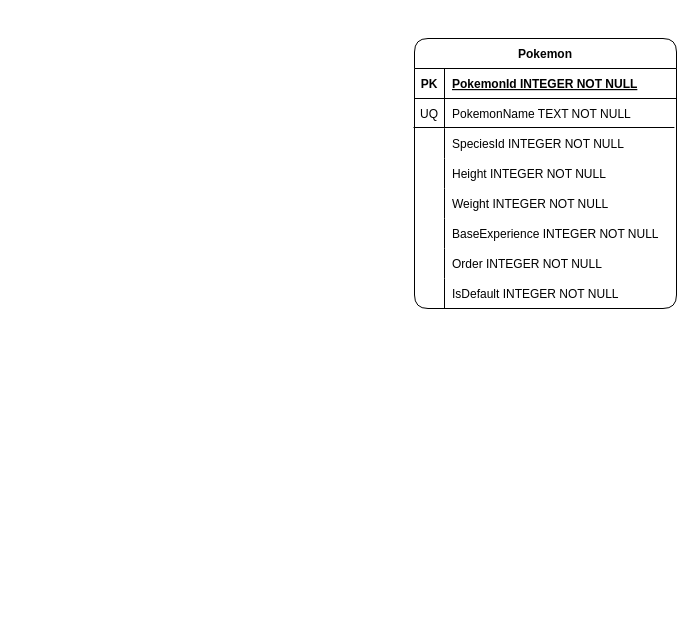
The draw.io diagram PokeCSharpDB.drawio in alexander970/PokeCSharp, before the edit. Source tidied: cells renumbered, new cells numbered last; positions are measured from the earlier drawing's top-left corner, leaving out a move shared by most shapes. Both pictures are drawn from the tidied source at 100%, with x=0, y=0 at pixel (413, 38).
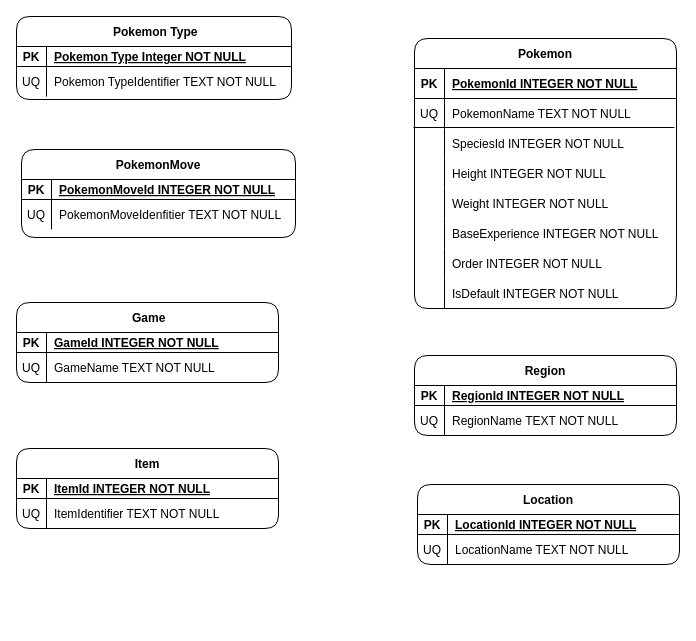
After the change.

Diff of the diagram source:
```diff
@@
+    <mxCell id="28" value=" Pokemon Type" style="shape=table;startSize=30;childLayout=tableLayout;rowLines=0;fontStyle=1;align=center;rounded=1;" parent="1" vertex="1">
+      <mxGeometry x="-397" y="-22" width="275" height="83" as="geometry" />
+    </mxCell>
+    <mxCell id="29" style="shape=tableRow;horizontal=0;startSize=0;swimlaneHead=0;swimlaneBody=0;fillColor=none;top=0;left=0;right=0;bottom=1;rounded=1;" parent="28" vertex="1">
+      <mxGeometry y="30" width="275" height="20" as="geometry" />
+    </mxCell>
+    <mxCell id="30" value="PK" style="shape=partialRectangle;fillColor=none;top=0;left=0;bottom=0;right=0;fontStyle=1;overflow=hidden;rounded=1;" parent="29" vertex="1">
+      <mxGeometry width="30" height="20" as="geometry" />
+    </mxCell>
+    <mxCell id="31" value="Pokemon Type Integer NOT NULL" style="shape=partialRectangle;fillColor=none;top=0;left=0;bottom=0;right=0;align=left;spacingLeft=6;fontStyle=5;overflow=hidden;rounded=1;" parent="29" vertex="1">
+      <mxGeometry x="30" width="245" height="20" as="geometry" />
+    </mxCell>
+    <mxCell id="32" style="shape=tableRow;horizontal=0;startSize=0;swimlaneHead=0;swimlaneBody=0;fillColor=none;top=0;left=0;right=0;bottom=0;rounded=1;" parent="28" vertex="1">
+      <mxGeometry y="50" width="275" height="30" as="geometry" />
+    </mxCell>
+    <mxCell id="33" value="UQ" style="shape=partialRectangle;fillColor=none;top=0;left=0;bottom=0;right=0;overflow=hidden;rounded=1;" parent="32" vertex="1">
+      <mxGeometry width="30" height="30" as="geometry" />
+    </mxCell>
+    <mxCell id="34" value="Pokemon TypeIdentifier TEXT NOT NULL" style="shape=partialRectangle;fillColor=none;top=0;left=0;bottom=0;right=0;align=left;spacingLeft=6;overflow=hidden;rounded=1;" parent="32" vertex="1">
+      <mxGeometry x="30" width="245" height="30" as="geometry" />
+    </mxCell>
+    <mxCell id="35" style="endArrow=none;html=1;rounded=1;strokeColor=none;" parent="28" edge="1">
+      <mxGeometry relative="1" as="geometry">
+        <mxPoint x="185" y="138" as="sourcePoint" />
+        <mxPoint x="185" y="140" as="targetPoint" />
+      </mxGeometry>
+    </mxCell>
+    <mxCell id="36" value="PokemonMove" style="shape=table;startSize=30;childLayout=tableLayout;rowLines=0;fontStyle=1;align=center;rounded=1;" parent="1" vertex="1">
+      <mxGeometry x="-392" y="111" width="274" height="88" as="geometry" />
+    </mxCell>
+    <mxCell id="37" style="shape=tableRow;horizontal=0;startSize=0;swimlaneHead=0;swimlaneBody=0;fillColor=none;top=0;left=0;right=0;bottom=1;rounded=1;" parent="36" vertex="1">
+      <mxGeometry y="30" width="274" height="20" as="geometry" />
+    </mxCell>
+    <mxCell id="38" value="PK" style="shape=partialRectangle;fillColor=none;top=0;left=0;bottom=0;right=0;fontStyle=1;overflow=hidden;rounded=1;" parent="37" vertex="1">
+      <mxGeometry width="30" height="20" as="geometry" />
+    </mxCell>
+    <mxCell id="39" value="PokemonMoveId INTEGER NOT NULL" style="shape=partialRectangle;fillColor=none;top=0;left=0;bottom=0;right=0;align=left;spacingLeft=6;fontStyle=5;overflow=hidden;rounded=1;" parent="37" vertex="1">
+      <mxGeometry x="30" width="244" height="20" as="geometry" />
+    </mxCell>
+    <mxCell id="40" style="shape=tableRow;horizontal=0;startSize=0;swimlaneHead=0;swimlaneBody=0;fillColor=none;top=0;left=0;right=0;bottom=0;rounded=1;" parent="36" vertex="1">
+      <mxGeometry y="50" width="274" height="30" as="geometry" />
+    </mxCell>
+    <mxCell id="41" value="UQ" style="shape=partialRectangle;fillColor=none;top=0;left=0;bottom=0;right=0;overflow=hidden;rounded=1;" parent="40" vertex="1">
+      <mxGeometry width="30" height="30" as="geometry" />
+    </mxCell>
+    <mxCell id="42" value="PokemonMoveIdenfitier TEXT NOT NULL" style="shape=partialRectangle;fillColor=none;top=0;left=0;bottom=0;right=0;align=left;spacingLeft=6;overflow=hidden;rounded=1;" parent="40" vertex="1">
+      <mxGeometry x="30" width="244" height="30" as="geometry" />
+    </mxCell>
+    <mxCell id="43" style="endArrow=none;html=1;rounded=1;strokeColor=none;" parent="36" edge="1">
+      <mxGeometry relative="1" as="geometry">
+        <mxPoint x="185" y="138" as="sourcePoint" />
+        <mxPoint x="185" y="140" as="targetPoint" />
+      </mxGeometry>
+    </mxCell>
+    <mxCell id="44" value=" Game" style="shape=table;startSize=30;childLayout=tableLayout;rowLines=0;fontStyle=1;align=center;rounded=1;" parent="1" vertex="1">
+      <mxGeometry x="-397" y="264" width="262" height="80" as="geometry" />
+    </mxCell>
+    <mxCell id="45" style="shape=tableRow;horizontal=0;startSize=0;swimlaneHead=0;swimlaneBody=0;fillColor=none;top=0;left=0;right=0;bottom=1;rounded=1;" parent="44" vertex="1">
+      <mxGeometry y="30" width="262" height="20" as="geometry" />
+    </mxCell>
+    <mxCell id="46" value="PK" style="shape=partialRectangle;fillColor=none;top=0;left=0;bottom=0;right=0;fontStyle=1;overflow=hidden;rounded=1;" parent="45" vertex="1">
+      <mxGeometry width="30" height="20" as="geometry" />
+    </mxCell>
+    <mxCell id="47" value="GameId INTEGER NOT NULL" style="shape=partialRectangle;fillColor=none;top=0;left=0;bottom=0;right=0;align=left;spacingLeft=6;fontStyle=5;overflow=hidden;rounded=1;" parent="45" vertex="1">
+      <mxGeometry x="30" width="232" height="20" as="geometry" />
+    </mxCell>
+    <mxCell id="48" style="shape=tableRow;horizontal=0;startSize=0;swimlaneHead=0;swimlaneBody=0;fillColor=none;top=0;left=0;right=0;bottom=0;rounded=1;" parent="44" vertex="1">
+      <mxGeometry y="50" width="262" height="30" as="geometry" />
+    </mxCell>
+    <mxCell id="49" value="UQ" style="shape=partialRectangle;fillColor=none;top=0;left=0;bottom=0;right=0;overflow=hidden;rounded=1;" parent="48" vertex="1">
+      <mxGeometry width="30" height="30" as="geometry" />
+    </mxCell>
+    <mxCell id="50" value="GameName TEXT NOT NULL" style="shape=partialRectangle;fillColor=none;top=0;left=0;bottom=0;right=0;align=left;spacingLeft=6;overflow=hidden;rounded=1;" parent="48" vertex="1">
+      <mxGeometry x="30" width="232" height="30" as="geometry" />
+    </mxCell>
+    <mxCell id="51" style="endArrow=none;html=1;rounded=1;strokeColor=none;" parent="44" edge="1">
+      <mxGeometry relative="1" as="geometry">
+        <mxPoint x="185" y="138" as="sourcePoint" />
+        <mxPoint x="185" y="140" as="targetPoint" />
+      </mxGeometry>
+    </mxCell>
+    <mxCell id="52" value="Item" style="shape=table;startSize=30;childLayout=tableLayout;rowLines=0;fontStyle=1;align=center;rounded=1;" parent="1" vertex="1">
+      <mxGeometry x="-397" y="410" width="262" height="80" as="geometry" />
+    </mxCell>
+    <mxCell id="53" style="shape=tableRow;horizontal=0;startSize=0;swimlaneHead=0;swimlaneBody=0;fillColor=none;top=0;left=0;right=0;bottom=1;rounded=1;" parent="52" vertex="1">
+      <mxGeometry y="30" width="262" height="20" as="geometry" />
+    </mxCell>
+    <mxCell id="54" value="PK" style="shape=partialRectangle;fillColor=none;top=0;left=0;bottom=0;right=0;fontStyle=1;overflow=hidden;rounded=1;" parent="53" vertex="1">
+      <mxGeometry width="30" height="20" as="geometry" />
+    </mxCell>
+    <mxCell id="55" value="ItemId INTEGER NOT NULL" style="shape=partialRectangle;fillColor=none;top=0;left=0;bottom=0;right=0;align=left;spacingLeft=6;fontStyle=5;overflow=hidden;rounded=1;" parent="53" vertex="1">
+      <mxGeometry x="30" width="232" height="20" as="geometry" />
+    </mxCell>
+    <mxCell id="56" style="shape=tableRow;horizontal=0;startSize=0;swimlaneHead=0;swimlaneBody=0;fillColor=none;top=0;left=0;right=0;bottom=0;rounded=1;" parent="52" vertex="1">
+      <mxGeometry y="50" width="262" height="30" as="geometry" />
+    </mxCell>
+    <mxCell id="57" value="UQ" style="shape=partialRectangle;fillColor=none;top=0;left=0;bottom=0;right=0;overflow=hidden;rounded=1;" parent="56" vertex="1">
+      <mxGeometry width="30" height="30" as="geometry" />
+    </mxCell>
+    <mxCell id="58" value="ItemIdentifier TEXT NOT NULL " style="shape=partialRectangle;fillColor=none;top=0;left=0;bottom=0;right=0;align=left;spacingLeft=6;overflow=hidden;rounded=1;" parent="56" vertex="1">
+      <mxGeometry x="30" width="232" height="30" as="geometry" />
+    </mxCell>
+    <mxCell id="59" style="endArrow=none;html=1;rounded=1;strokeColor=none;" parent="52" edge="1">
+      <mxGeometry relative="1" as="geometry">
+        <mxPoint x="185" y="138" as="sourcePoint" />
+        <mxPoint x="185" y="140" as="targetPoint" />
+      </mxGeometry>
+    </mxCell>
+    <mxCell id="60" value="Region" style="shape=table;startSize=30;childLayout=tableLayout;rowLines=0;fontStyle=1;align=center;rounded=1;" parent="1" vertex="1">
+      <mxGeometry x="1" y="317" width="262" height="80" as="geometry" />
+    </mxCell>
+    <mxCell id="61" style="shape=tableRow;horizontal=0;startSize=0;swimlaneHead=0;swimlaneBody=0;fillColor=none;top=0;left=0;right=0;bottom=1;rounded=1;" parent="60" vertex="1">
+      <mxGeometry y="30" width="262" height="20" as="geometry" />
+    </mxCell>
+    <mxCell id="62" value="PK" style="shape=partialRectangle;fillColor=none;top=0;left=0;bottom=0;right=0;fontStyle=1;overflow=hidden;rounded=1;" parent="61" vertex="1">
+      <mxGeometry width="30" height="20" as="geometry" />
+    </mxCell>
+    <mxCell id="63" value="RegionId INTEGER NOT NULL" style="shape=partialRectangle;fillColor=none;top=0;left=0;bottom=0;right=0;align=left;spacingLeft=6;fontStyle=5;overflow=hidden;rounded=1;" parent="61" vertex="1">
+      <mxGeometry x="30" width="232" height="20" as="geometry" />
+    </mxCell>
+    <mxCell id="64" style="shape=tableRow;horizontal=0;startSize=0;swimlaneHead=0;swimlaneBody=0;fillColor=none;top=0;left=0;right=0;bottom=0;rounded=1;" parent="60" vertex="1">
+      <mxGeometry y="50" width="262" height="30" as="geometry" />
+    </mxCell>
+    <mxCell id="65" value="UQ" style="shape=partialRectangle;fillColor=none;top=0;left=0;bottom=0;right=0;overflow=hidden;rounded=1;" parent="64" vertex="1">
+      <mxGeometry width="30" height="30" as="geometry" />
+    </mxCell>
+    <mxCell id="66" value="RegionName TEXT NOT NULL" style="shape=partialRectangle;fillColor=none;top=0;left=0;bottom=0;right=0;align=left;spacingLeft=6;overflow=hidden;rounded=1;" parent="64" vertex="1">
+      <mxGeometry x="30" width="232" height="30" as="geometry" />
+    </mxCell>
+    <mxCell id="67" style="endArrow=none;html=1;rounded=1;strokeColor=none;" parent="60" edge="1">
+      <mxGeometry relative="1" as="geometry">
+        <mxPoint x="185" y="138" as="sourcePoint" />
+        <mxPoint x="185" y="140" as="targetPoint" />
+      </mxGeometry>
+    </mxCell>
+    <mxCell id="68" value="Location" style="shape=table;startSize=30;childLayout=tableLayout;rowLines=0;fontStyle=1;align=center;rounded=1;" parent="1" vertex="1">
+      <mxGeometry x="4" y="446" width="262" height="80" as="geometry" />
+    </mxCell>
+    <mxCell id="69" style="shape=tableRow;horizontal=0;startSize=0;swimlaneHead=0;swimlaneBody=0;fillColor=none;top=0;left=0;right=0;bottom=1;rounded=1;" parent="68" vertex="1">
+      <mxGeometry y="30" width="262" height="20" as="geometry" />
+    </mxCell>
+    <mxCell id="70" value="PK" style="shape=partialRectangle;fillColor=none;top=0;left=0;bottom=0;right=0;fontStyle=1;overflow=hidden;rounded=1;" parent="69" vertex="1">
+      <mxGeometry width="30" height="20" as="geometry" />
+    </mxCell>
+    <mxCell id="71" value="LocationId INTEGER NOT NULL" style="shape=partialRectangle;fillColor=none;top=0;left=0;bottom=0;right=0;align=left;spacingLeft=6;fontStyle=5;overflow=hidden;rounded=1;" parent="69" vertex="1">
+      <mxGeometry x="30" width="232" height="20" as="geometry" />
+    </mxCell>
+    <mxCell id="72" style="shape=tableRow;horizontal=0;startSize=0;swimlaneHead=0;swimlaneBody=0;fillColor=none;top=0;left=0;right=0;bottom=0;rounded=1;" parent="68" vertex="1">
+      <mxGeometry y="50" width="262" height="30" as="geometry" />
+    </mxCell>
+    <mxCell id="73" value="UQ" style="shape=partialRectangle;fillColor=none;top=0;left=0;bottom=0;right=0;overflow=hidden;rounded=1;" parent="72" vertex="1">
+      <mxGeometry width="30" height="30" as="geometry" />
+    </mxCell>
+    <mxCell id="74" value="LocationName TEXT NOT NULL" style="shape=partialRectangle;fillColor=none;top=0;left=0;bottom=0;right=0;align=left;spacingLeft=6;overflow=hidden;rounded=1;" parent="72" vertex="1">
+      <mxGeometry x="30" width="232" height="30" as="geometry" />
+    </mxCell>
+    <mxCell id="75" style="endArrow=none;html=1;rounded=1;strokeColor=none;" parent="68" edge="1">
+      <mxGeometry relative="1" as="geometry">
+        <mxPoint x="185" y="138" as="sourcePoint" />
+        <mxPoint x="185" y="140" as="targetPoint" />
+      </mxGeometry>
+    </mxCell>
```
